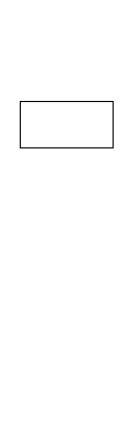
Earlier version of the draw.io diagram Untitled Diagram.drawio (skysgh/diagrams). Source tidied: cells renumbered, new cells numbered last; positions are measured from the earlier drawing's top-left corner, leaving out a move shared by most shapes. Both pictures are drawn from the tidied source at 116%, with x=0, y=0 at pixel (20, 101). Pictures stored in the file or linked from it are replaced by grey dashed boxes.
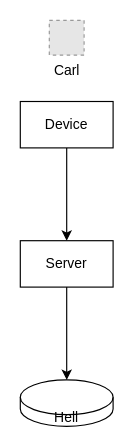
Above is the later version.

The edit, as a diff of the source:
```diff
@@
 <mxGraphModel>
   <root>
     <mxCell id="0" />
     <mxCell id="1" parent="0" />
+    <mxCell id="3" style="edgeStyle=orthogonalEdgeStyle;rounded=0;jettySize=auto;html=1;entryX=0.5;entryY=0;entryDx=0;entryDy=0;" parent="1" edge="1" source="2" target="5">
+      <mxGeometry relative="1" as="geometry" />
+    </mxCell>
-    <mxCell id="2" style="rounded=0;whiteSpace=wrap;html=1;" parent="1" vertex="1">
+    <mxCell id="2" value="Device" style="rounded=0;whiteSpace=wrap;html=1;" parent="1" vertex="1">
       <mxGeometry width="80" height="40" as="geometry" />
     </mxCell>
+    <mxCell id="4" style="edgeStyle=orthogonalEdgeStyle;rounded=0;jettySize=auto;html=1;entryX=0.5;entryY=0;entryDx=0;entryDy=0;" parent="1" edge="1" source="5" target="7">
+      <mxGeometry relative="1" as="geometry" />
+    </mxCell>
+    <mxCell id="5" value="Server" style="rounded=0;whiteSpace=wrap;html=1;" parent="1" vertex="1">
+      <mxGeometry y="120" width="80" height="40" as="geometry" />
+    </mxCell>
+    <mxCell id="6" value="Carl" style="fillColor=#E6E6E6;strokeColor=#999999;dashed=1;html=1;verticalAlign=top;verticalLabelPosition=bottom;labelBackgroundColor=#ffffff;" parent="1" vertex="1">
+      <mxGeometry x="25" y="-70" width="30" height="30" as="geometry" />
+    </mxCell>
+    <mxCell id="7" value="Hell" style="shape=cylinder3;whiteSpace=wrap;html=1;boundedLbl=1;backgroundOutline=1;size=15;fontFamily=Helvetica;fontSize=12;fontColor=default;align=center;strokeColor=default;fillColor=default;" parent="1" vertex="1">
+      <mxGeometry y="240" width="80" height="40" as="geometry" />
+    </mxCell>
   </root>
 </mxGraphModel>
```
